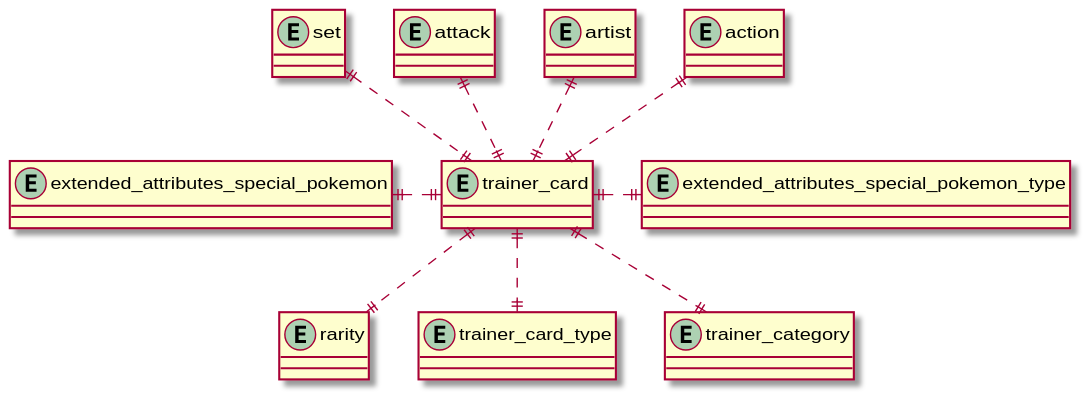
The PlantUML diagram schema/exported_images/trainer-card-relationships.svg in pkgreen90/pokemon-tcg-data, before a commit.
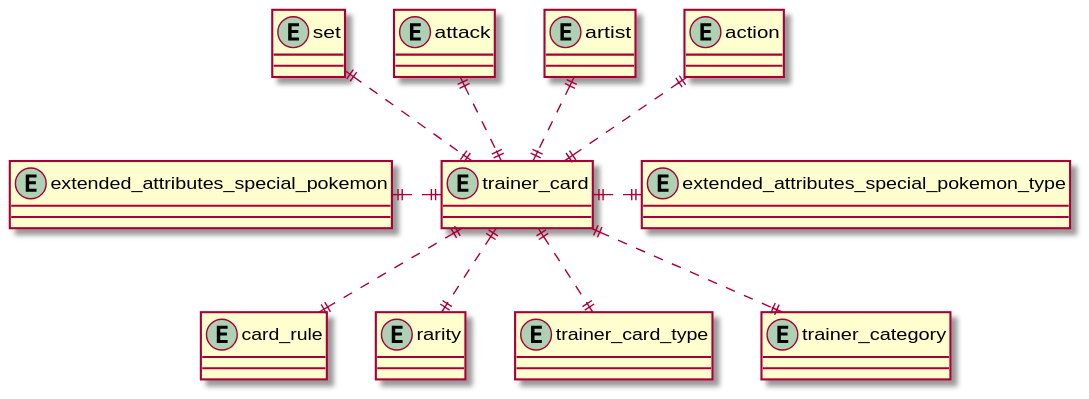
The same diagram one commit later.

Commit message:
Updated schemas and image exports

What changed in the source:
```diff
@@ -3,6 +3,7 @@
 entity "action" as action {}
 entity "artist" as artist {}
 entity "attack" as attack {}
+entity "card_rule" as card_rule {}
 entity "extended_attributes_special_pokemon" as extended_attributes_special_pokemon {}
 entity "extended_attributes_special_pokemon_type" as extended_attributes_special_pokemon_type {}
 entity "rarity" as rarity {}
@@ -20,5 +21,6 @@
 trainer_card ||..up|| set
 trainer_card ||..|| trainer_card_type
 trainer_card ||..|| trainer_category
+trainer_card ||..|| card_rule
 
 @enduml
```
